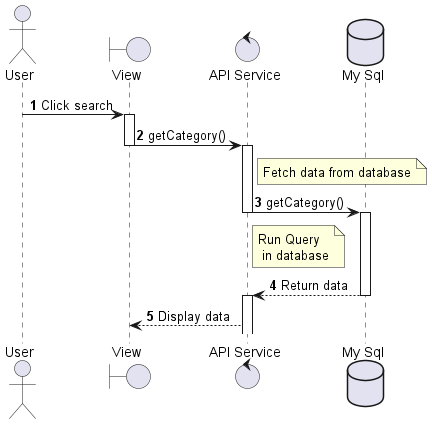
Before: out/sequenceDiagram_ProductCategory_getData/sequenceDiagram_ProductCategory_getData.png, a diagram exported from PlantUML (Fitranda/Diagram). Its diagram source:
```plantuml
@startuml sequenceDiagram_ProductCategory_getData
actor User
boundary "View" as View
control "API Service" as APIService
database "My Sql" as DB

autonumber
User -> View --++ : Click search
View -> APIService --++ : getCategory()
note right of APIService: Fetch data from database
APIService -> DB --++ : getCategory()
note right of APIService: Run Query \n in database
DB --> APIService --++ : Return data
APIService --> View : Display data
@enduml
```
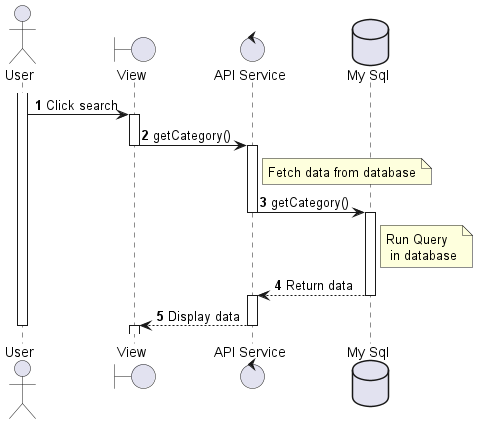
Later version of the same file.

Diff of the diagram source:
```diff
@@ -5,11 +5,21 @@
 database "My Sql" as DB
 
 autonumber
-User -> View --++ : Click search
-View -> APIService --++ : getCategory()
+activate User
+User -> View : Click search
+activate View
+View -> APIService : getCategory()
+deactivate View
+activate APIService
 note right of APIService: Fetch data from database
-APIService -> DB --++ : getCategory()
-note right of APIService: Run Query \n in database
-DB --> APIService --++ : Return data
-APIService --> View : Display data
+APIService -> DB : getCategory()
+deactivate APIService
+activate DB
+note right of DB: Run Query \n in database
+DB --> APIService : Return data
+deactivate DB
+activate APIService
+APIService --> View --++: Display data
+deactivate User
+deactivate APIService
 @enduml
```
